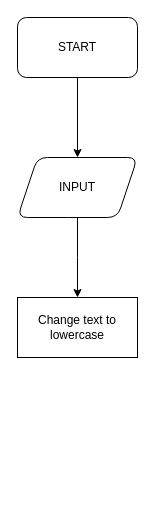
This is page "Page-2" (2 of 2) of Untitled Diagram.drawio from engineeredu/web-forms, a draw.io file, before an edit. Source tidied: cells renumbered, new cells numbered last; positions are measured from the earlier drawing's top-left corner, leaving out a move shared by most shapes. Both pictures are drawn from the tidied source at 100%, with x=0, y=0 at pixel (17, 17).
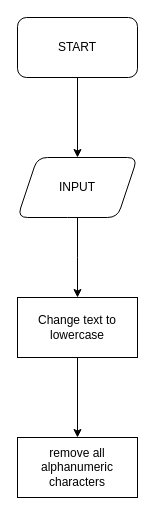
The same diagram, later.

Commit message:
palindrome checker

What changed in the source:
```diff
@@
 <mxGraphModel>
   <root>
     <mxCell id="0" />
     <mxCell id="1" parent="0" />
     <mxCell id="2" style="edgeStyle=orthogonalEdgeStyle;rounded=0;jettySize=auto;html=1;" parent="1" edge="1" source="3" target="5">
       <mxGeometry relative="1" as="geometry" />
     </mxCell>
     <mxCell id="3" value="START" style="rounded=1;whiteSpace=wrap;html=1;" parent="1" vertex="1">
       <mxGeometry width="120" height="60" as="geometry" />
     </mxCell>
     <mxCell id="4" style="edgeStyle=orthogonalEdgeStyle;rounded=0;jettySize=auto;html=1;" parent="1" edge="1" source="5">
       <mxGeometry relative="1" as="geometry">
         <mxPoint x="60" y="280" as="targetPoint" />
       </mxGeometry>
     </mxCell>
     <mxCell id="5" value="INPUT" style="shape=parallelogram;perimeter=parallelogramPerimeter;whiteSpace=wrap;html=1;fixedSize=1;rounded=1;" parent="1" vertex="1">
       <mxGeometry y="140" width="120" height="60" as="geometry" />
     </mxCell>
+    <mxCell id="7" style="edgeStyle=orthogonalEdgeStyle;rounded=0;jettySize=auto;html=1;" parent="1" edge="1" source="6" target="8">
+      <mxGeometry relative="1" as="geometry" />
+    </mxCell>
     <mxCell id="6" value="Change text to lowercase" style="rounded=0;whiteSpace=wrap;html=1;" parent="1" vertex="1">
       <mxGeometry y="280" width="120" height="60" as="geometry" />
     </mxCell>
+    <mxCell id="8" value="remove all alphanumeric characters" style="rounded=0;whiteSpace=wrap;html=1;" parent="1" vertex="1">
+      <mxGeometry y="420" width="120" height="60" as="geometry" />
+    </mxCell>
   </root>
 </mxGraphModel>
```
